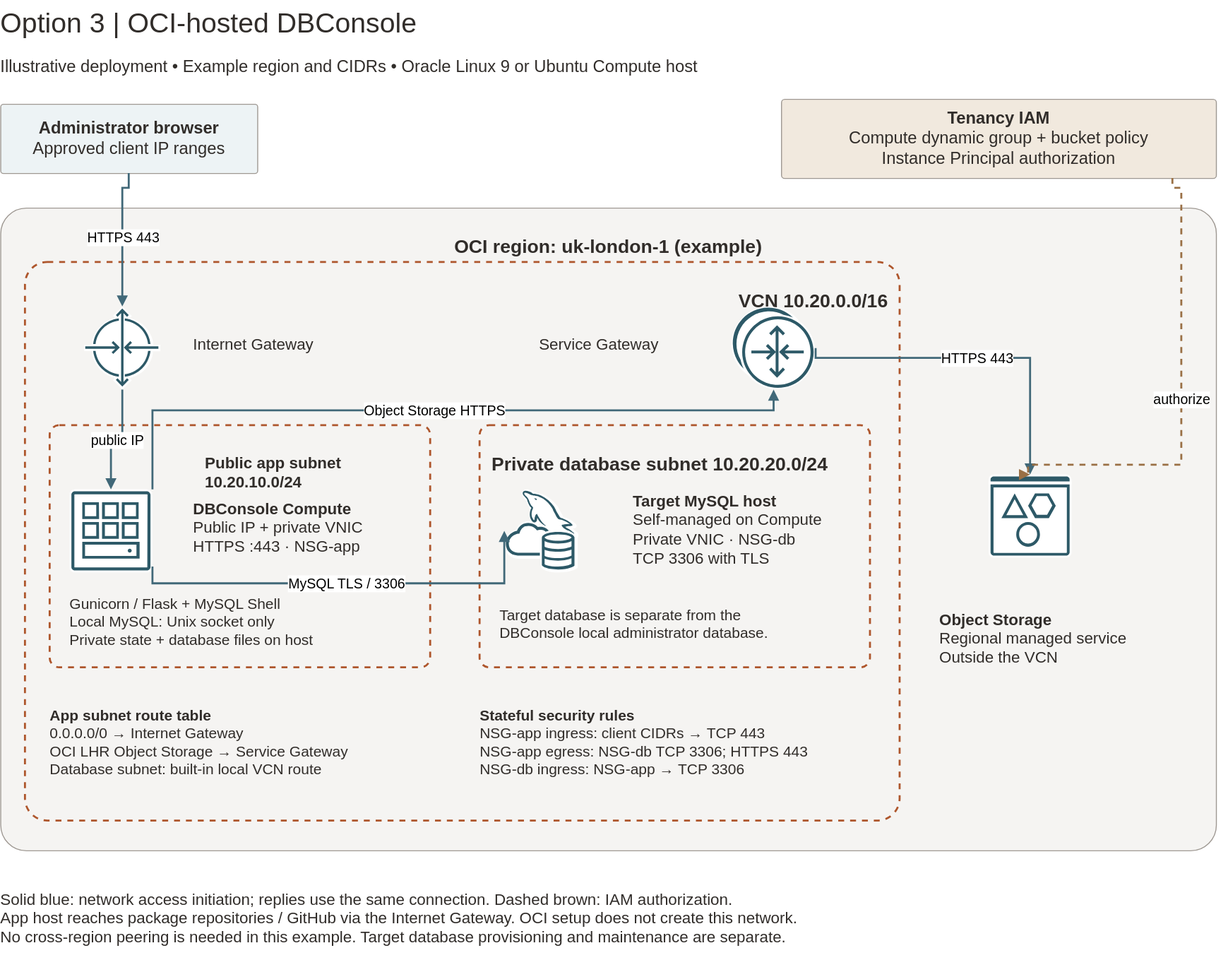
Above: docs/diagrams/architecture-oci.svg in ivanxma/mysqlconsole (draw.io), before the change. Source tidied: cells renumbered, new cells last; positions are measured from the earlier drawing's top-left corner, leaving out a move shared by most shapes.
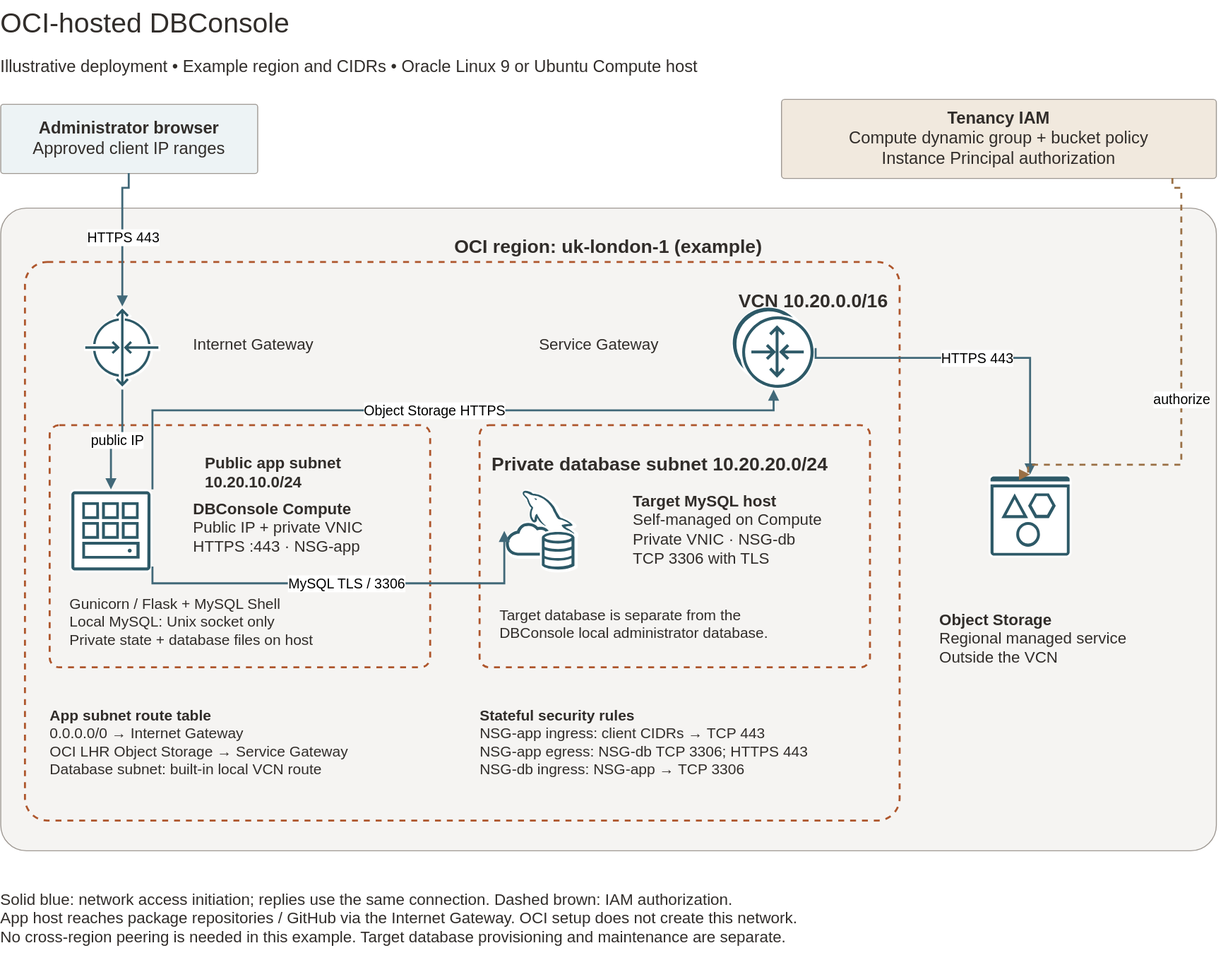
Above is the later version.

Commit message:
docs: remove conflicting deployment option numbers

The edit, as a diff of the source:
```diff
@@ -2,7 +2,7 @@
   <root>
     <mxCell id="0" />
     <mxCell id="1" parent="0" />
-    <mxCell id="2" value="Option 3  |  OCI-hosted DBConsole" style="rounded=1;arcSize=4;whiteSpace=wrap;html=1;fontFamily=Helvetica;fontSize=17;fontColor=#312D2A;fillColor=#FFFFFF;strokeColor=#9E9892;spacing=12;fillColor=none;strokeColor=none;align=left;spacing=0;fontSize=28;" parent="1" vertex="1">
+    <mxCell id="2" value="OCI-hosted DBConsole" style="rounded=1;arcSize=4;whiteSpace=wrap;html=1;fontFamily=Helvetica;fontSize=17;fontColor=#312D2A;fillColor=#FFFFFF;strokeColor=#9E9892;spacing=12;fillColor=none;strokeColor=none;align=left;spacing=0;fontSize=28;" parent="1" vertex="1">
       <mxGeometry width="1240" height="45" as="geometry" />
     </mxCell>
     <mxCell id="3" value="Illustrative deployment • Example region and CIDRs • Oracle Linux 9 or Ubuntu Compute host" style="rounded=1;arcSize=4;whiteSpace=wrap;html=1;fontFamily=Helvetica;fontSize=17;fontColor=#312D2A;fillColor=#FFFFFF;strokeColor=#9E9892;spacing=12;fillColor=none;strokeColor=none;align=left;spacing=0;fontSize=17;" parent="1" vertex="1">
```
